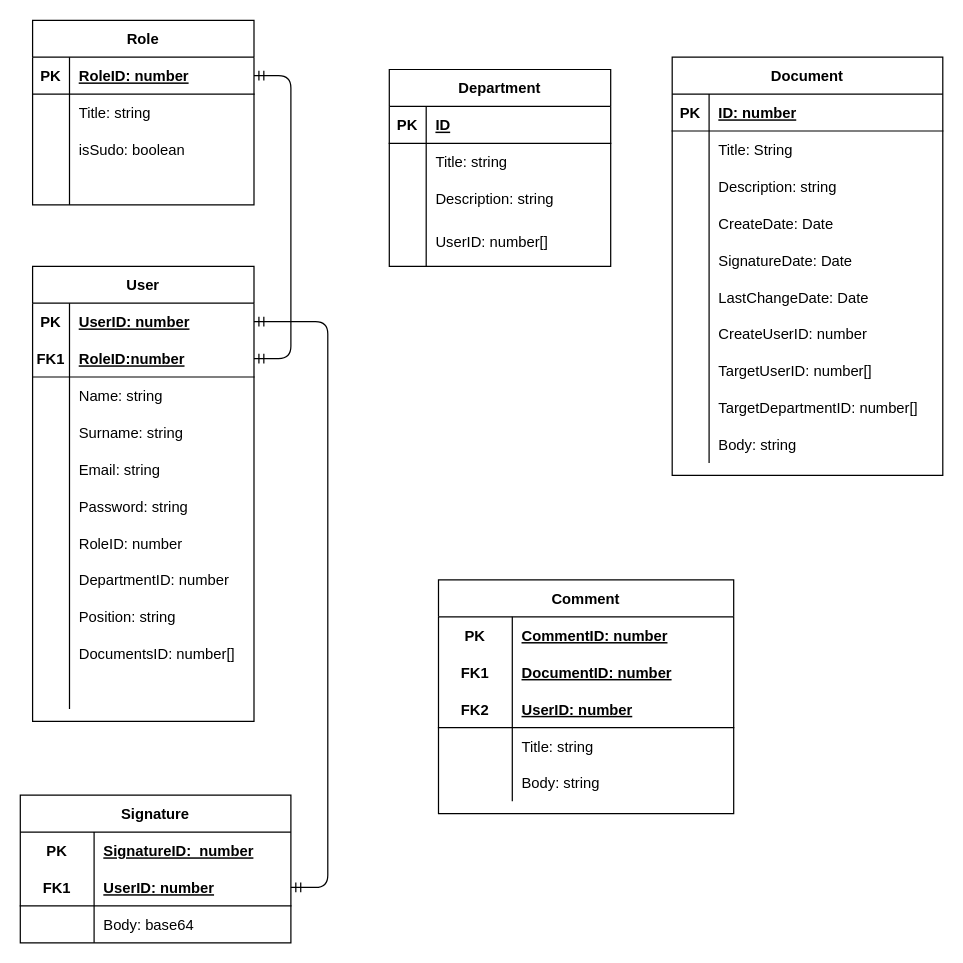
Above: signature.drawio in oneyan1/web-signature-nest (draw.io), before the change. Source tidied: cells renumbered, new cells numbered last; positions are measured from the earlier drawing's top-left corner, leaving out a move shared by most shapes. Both pictures are drawn from the tidied source at 123%, with x=0, y=0 at pixel (20, 20).
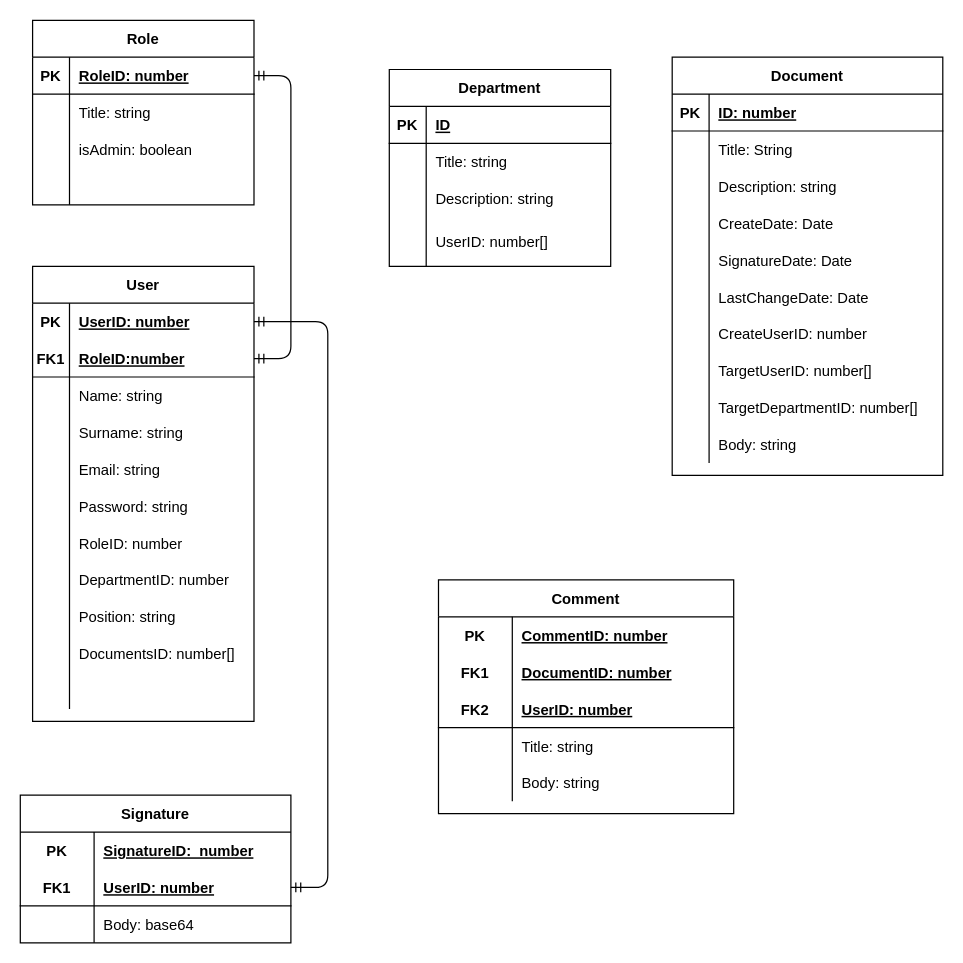
After the change.

Unchanged cells that the change refers to:
```xml
<mxCell id="87" style="shape=partialRectangle;fillColor=none;top=0;left=0;bottom=0;right=0;" parent="80" vertex="1">
  <mxGeometry y="90" width="180" height="30" as="geometry" />
</mxCell>
```

Diff of the diagram source:
```diff
@@
-    <mxCell id="89" value="isSudo: boolean" style="shape=partialRectangle;fillColor=none;top=0;left=0;bottom=0;right=0;align=left;spacingLeft=6;overflow=hidden;" parent="87" vertex="1">
+    <mxCell id="89" value="isAdmin: boolean" style="shape=partialRectangle;fillColor=none;top=0;left=0;bottom=0;right=0;align=left;spacingLeft=6;overflow=hidden;" parent="87" vertex="1">
       <mxGeometry x="30" width="150" height="30" as="geometry" />
     </mxCell>
```
